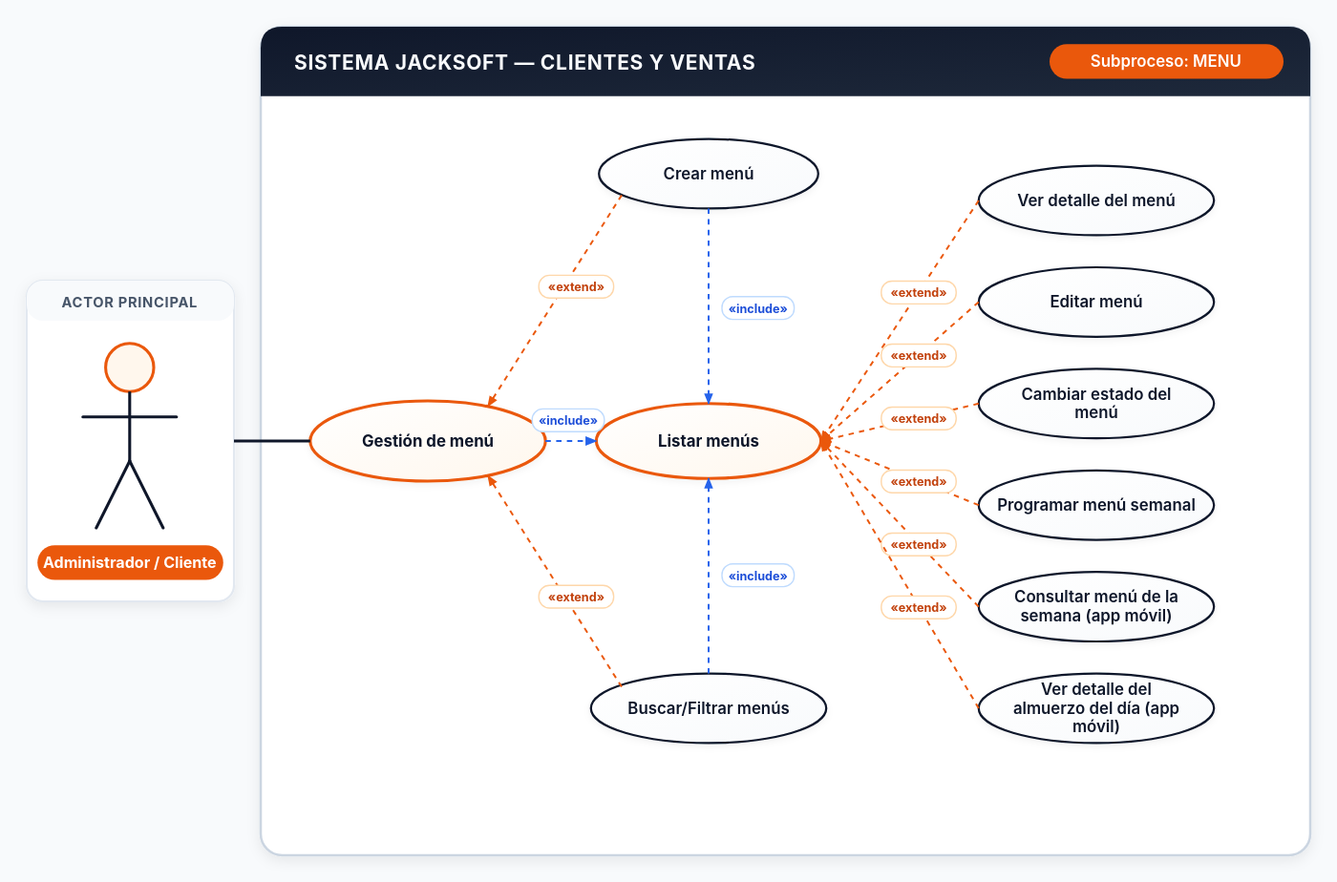
alejandrogomezmesa1/Documentacion_JackSoft keeps this PlantUML diagram as Diagramas_SVG/MENU.svg. Above is the earlier version. Its source is kept beside it as Diagramas_PUML/MENU.puml. Source of this version:
```plantuml
@startuml
left to right direction
skinparam packageStyle rectangle
skinparam nodesep 50
skinparam ranksep 70
skinparam shadowing true
skinparam defaultFontName "Inter, Arial, sans-serif"

skinparam actor {
  BorderColor #0f172a
  BackgroundColor #fff7ed
}

skinparam usecase {
  BackgroundColor #ffffff
  BorderColor #0f172a
  ArrowColor #ea580c
}

skinparam usecase<<hub>> {
  BackgroundColor #fff7ed
  BorderColor #ea580c
}

actor "Administrador / Cliente" as actor_user

rectangle "SISTEMA JACKSOFT — CLIENTES Y VENTAS (MENU)" {
  usecase "Gestión de menú" as UC_Hub <<hub>>
  usecase "Listar menús" as UC_Central <<hub>>
  usecase "Crear menú" as UC_Top1
  usecase "Buscar/Filtrar menús" as UC_Bot1
  usecase "Ver detalle del menú" as UC_R1
  usecase "Editar menú" as UC_R2
  usecase "Cambiar estado del menú" as UC_R3
  usecase "Programar menú semanal" as UC_R4
  usecase "Consultar menú de la semana (app móvil)" as UC_R5
  usecase "Ver detalle del almuerzo del día (app móvil)" as UC_R6
}

actor_user --> UC_Hub
UC_Hub .> UC_Central : <<include>>
UC_Top1 ..> UC_Hub : <<extend>>
UC_Top1 .> UC_Central : <<include>>
UC_Bot1 ..> UC_Hub : <<extend>>
UC_Bot1 .> UC_Central : <<include>>
UC_R1 ..> UC_Central : <<extend>>
UC_R2 ..> UC_Central : <<extend>>
UC_R3 ..> UC_Central : <<extend>>
UC_R4 ..> UC_Central : <<extend>>
UC_R5 ..> UC_Central : <<extend>>
UC_R6 ..> UC_Central : <<extend>>
@enduml
```
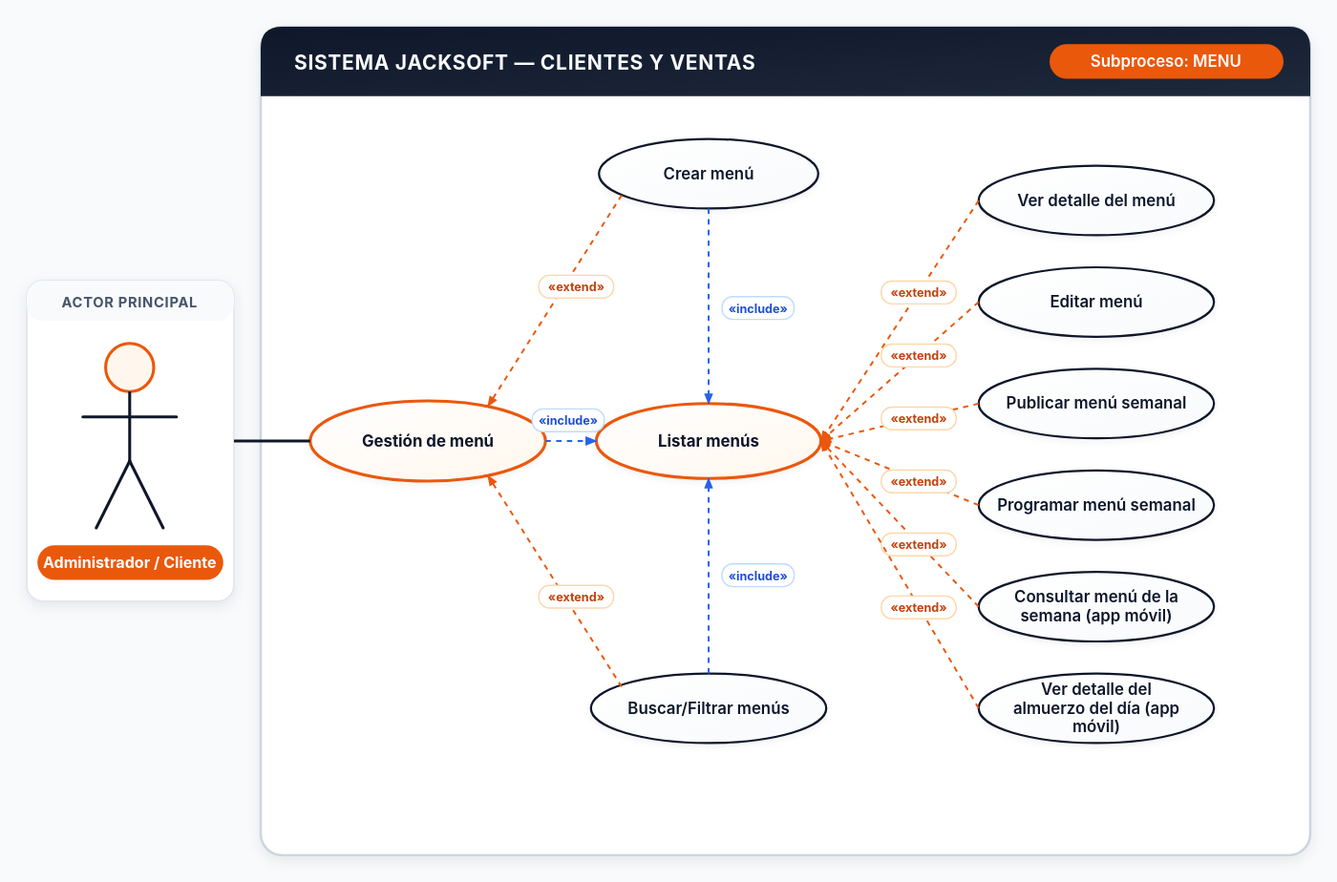
The same diagram one commit later.

What changed in the source:
```diff
@@ -31,7 +31,7 @@
   usecase "Buscar/Filtrar menús" as UC_Bot1
   usecase "Ver detalle del menú" as UC_R1
   usecase "Editar menú" as UC_R2
-  usecase "Cambiar estado del menú" as UC_R3
+  usecase "Publicar menú semanal" as UC_R3
   usecase "Programar menú semanal" as UC_R4
   usecase "Consultar menú de la semana (app móvil)" as UC_R5
   usecase "Ver detalle del almuerzo del día (app móvil)" as UC_R6
```
